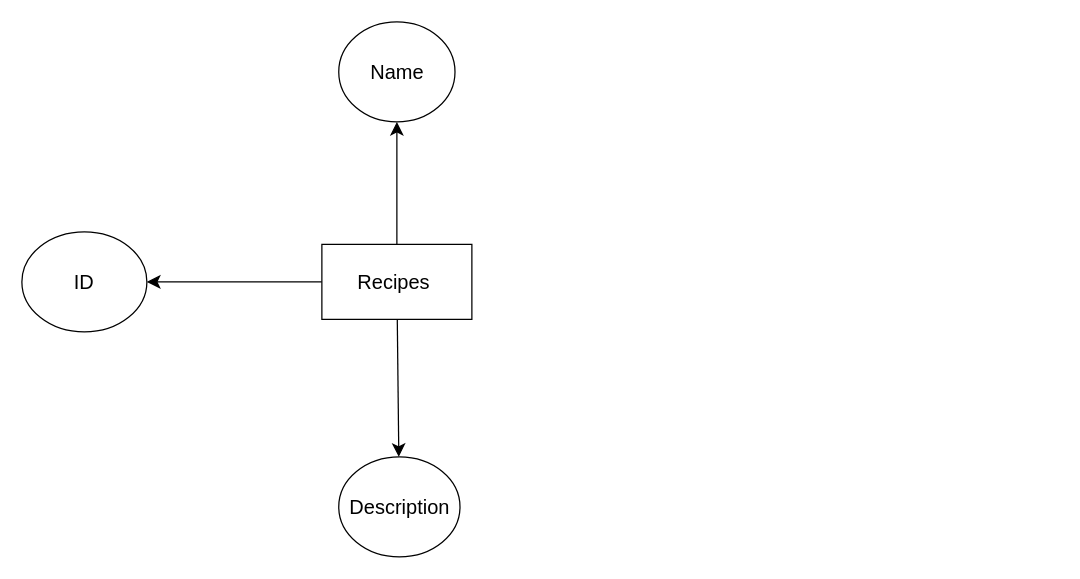
Earlier version of the draw.io diagram Untitled Diagram.drawio (renPratt/renPratt). Source tidied: cells renumbered, new cells numbered last; positions are measured from the earlier drawing's top-left corner, leaving out a move shared by most shapes. Both pictures are drawn from the tidied source at 125%, with x=0, y=0 at pixel (21, 21).
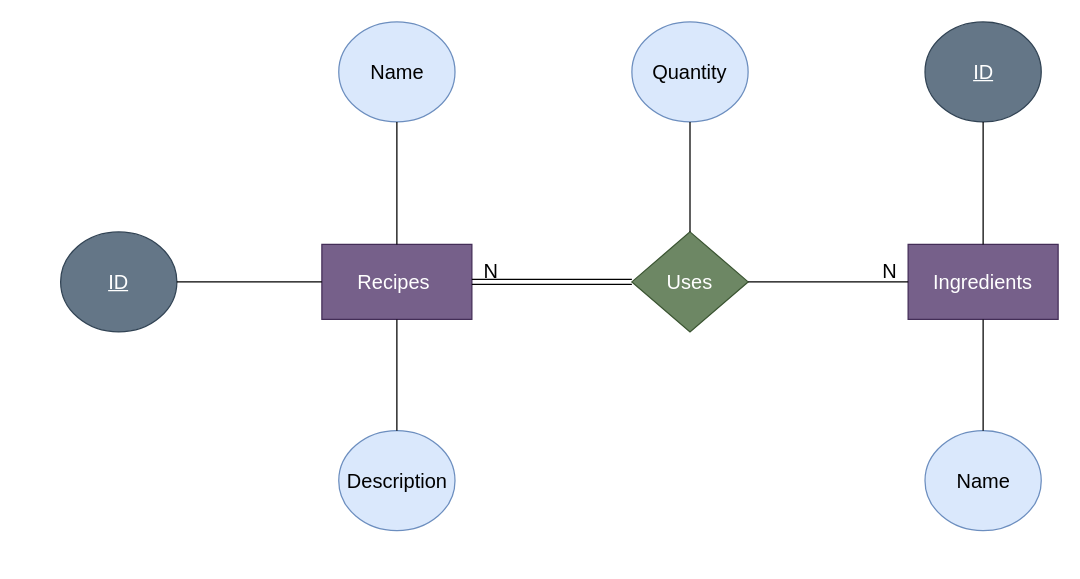
The same diagram, later.

Change to the diagram source:
```diff
@@
-    <mxCell id="2" style="edgeStyle=none;curved=1;rounded=0;jettySize=auto;html=1;fontSize=12;startSize=8;endSize=8;" parent="1" edge="1" source="5" target="6">
-      <mxGeometry relative="1" as="geometry" />
-    </mxCell>
-    <mxCell id="3" style="edgeStyle=none;curved=1;rounded=0;jettySize=auto;html=1;fontSize=12;startSize=8;endSize=8;" parent="1" edge="1" source="5" target="7">
-      <mxGeometry relative="1" as="geometry" />
-    </mxCell>
-    <mxCell id="4" style="edgeStyle=none;curved=1;rounded=0;jettySize=auto;html=1;fontSize=12;startSize=8;endSize=8;" parent="1" edge="1" source="5" target="8">
-      <mxGeometry relative="1" as="geometry" />
-    </mxCell>
-    <mxCell id="5" value="Recipes&amp;nbsp;" style="rounded=0;whiteSpace=wrap;html=1;fontSize=16;" parent="1" vertex="1">
+    <mxCell id="5" value="Recipes&amp;nbsp;" style="rounded=0;whiteSpace=wrap;html=1;fontSize=16;fillColor=#76608a;fontColor=#ffffff;strokeColor=#432D57;" parent="1" vertex="1">
       <mxGeometry x="240" y="178" width="120" height="60" as="geometry" />
     </mxCell>
-    <mxCell id="6" value="Name" style="ellipse;whiteSpace=wrap;html=1;fontSize=16;rounded=0;" parent="1" vertex="1">
+    <mxCell id="6" value="Name" style="ellipse;whiteSpace=wrap;html=1;fontSize=16;rounded=0;fillColor=#dae8fc;strokeColor=#6c8ebf;" parent="1" vertex="1">
       <mxGeometry x="253.5" width="93" height="80" as="geometry" />
     </mxCell>
+    <mxCell id="9" value="Uses" style="rhombus;whiteSpace=wrap;html=1;fontSize=16;fillColor=#6d8764;strokeColor=#3A5431;fontColor=#ffffff;" parent="1" vertex="1">
+      <mxGeometry x="488" y="168" width="93" height="80" as="geometry" />
+    </mxCell>
+    <mxCell id="10" value="Ingredients" style="rounded=0;whiteSpace=wrap;html=1;fontSize=16;fillColor=#76608a;fontColor=#ffffff;strokeColor=#432D57;" parent="1" vertex="1">
+      <mxGeometry x="709" y="178" width="120" height="60" as="geometry" />
+    </mxCell>
+    <mxCell id="11" value="Name" style="ellipse;whiteSpace=wrap;html=1;fontSize=16;rounded=0;fillColor=#dae8fc;strokeColor=#6c8ebf;" parent="1" vertex="1">
+      <mxGeometry x="722.5" y="327" width="93" height="80" as="geometry" />
+    </mxCell>
+    <mxCell id="12" value="Quantity" style="ellipse;whiteSpace=wrap;html=1;fontSize=16;rounded=0;fillColor=#dae8fc;strokeColor=#6c8ebf;" parent="1" vertex="1">
+      <mxGeometry x="488" width="93" height="80" as="geometry" />
+    </mxCell>
+    <mxCell id="13" value="&lt;u&gt;ID&lt;/u&gt;" style="ellipse;whiteSpace=wrap;html=1;fontSize=16;rounded=0;fillColor=#647687;fontColor=#ffffff;strokeColor=#314354;" parent="1" vertex="1">
+      <mxGeometry x="722.5" width="93" height="80" as="geometry" />
+    </mxCell>
+    <mxCell id="14" value="&lt;u&gt;ID&lt;/u&gt;" style="ellipse;whiteSpace=wrap;html=1;fontSize=16;rounded=0;fillColor=#647687;fontColor=#ffffff;strokeColor=#314354;" parent="1" vertex="1">
+      <mxGeometry x="31" y="168" width="93" height="80" as="geometry" />
+    </mxCell>
-    <mxCell id="7" value="Description" style="ellipse;whiteSpace=wrap;html=1;fontSize=16;rounded=0;" parent="1" vertex="1">
-      <mxGeometry x="253.5" y="348" width="97" height="80" as="geometry" />
+    <mxCell id="7" value="Description" style="ellipse;whiteSpace=wrap;html=1;fontSize=16;rounded=0;fillColor=#dae8fc;strokeColor=#6c8ebf;" parent="1" vertex="1">
+      <mxGeometry x="253.5" y="327" width="93" height="80" as="geometry" />
     </mxCell>
-    <mxCell id="8" value="ID" style="ellipse;whiteSpace=wrap;html=1;fontSize=16;rounded=0;" parent="1" vertex="1">
-      <mxGeometry y="168" width="100" height="80" as="geometry" />
-    </mxCell>
+    <mxCell id="15" style="endArrow=none;html=1;rounded=0;fontSize=12;startSize=8;endSize=8;curved=1;exitX=1;exitY=0.5;exitDx=0;exitDy=0;entryX=0;entryY=0.5;entryDx=0;entryDy=0;" parent="1" edge="1" source="14" target="5">
+      <mxGeometry relative="1" as="geometry" />
+    </mxCell>
+    <mxCell id="2" style="endArrow=none;html=1;rounded=0;fontSize=12;startSize=8;endSize=8;curved=1;exitX=0.5;exitY=0;exitDx=0;exitDy=0;entryX=0.5;entryY=1;entryDx=0;entryDy=0;" parent="1" edge="1" source="5" target="6">
+      <mxGeometry relative="1" as="geometry" />
+    </mxCell>
+    <mxCell id="16" style="endArrow=none;html=1;rounded=0;fontSize=12;startSize=8;endSize=8;curved=1;entryX=0.5;entryY=1;entryDx=0;entryDy=0;exitX=0.5;exitY=0;exitDx=0;exitDy=0;" parent="1" edge="1" source="9" target="12">
+      <mxGeometry relative="1" as="geometry" />
+    </mxCell>
+    <mxCell id="3" style="endArrow=none;html=1;rounded=0;fontSize=12;startSize=8;endSize=8;curved=1;exitX=0.5;exitY=1;exitDx=0;exitDy=0;entryX=0.5;entryY=0;entryDx=0;entryDy=0;" parent="1" edge="1" source="5" target="7">
+      <mxGeometry relative="1" as="geometry" />
+    </mxCell>
+    <mxCell id="17" style="endArrow=none;html=1;rounded=0;fontSize=12;startSize=8;endSize=8;curved=1;entryX=0.5;entryY=1;entryDx=0;entryDy=0;exitX=0.5;exitY=0;exitDx=0;exitDy=0;" parent="1" edge="1" source="10" target="13">
+      <mxGeometry relative="1" as="geometry" />
+    </mxCell>
+    <mxCell id="18" style="endArrow=none;html=1;rounded=0;fontSize=12;startSize=8;endSize=8;curved=1;entryX=0.5;entryY=1;entryDx=0;entryDy=0;exitX=0.5;exitY=0;exitDx=0;exitDy=0;" parent="1" edge="1" source="11" target="10">
+      <mxGeometry relative="1" as="geometry" />
+    </mxCell>
+    <mxCell id="19" style="endArrow=none;html=1;rounded=0;fontSize=12;startSize=8;endSize=8;curved=1;entryX=1;entryY=0.5;entryDx=0;entryDy=0;exitX=0;exitY=0.5;exitDx=0;exitDy=0;" parent="1" edge="1" source="10" target="9">
+      <mxGeometry relative="1" as="geometry" />
+    </mxCell>
+    <mxCell id="20" style="shape=link;html=1;rounded=0;fontSize=12;startSize=8;endSize=8;curved=1;exitX=1;exitY=0.5;exitDx=0;exitDy=0;entryX=0;entryY=0.5;entryDx=0;entryDy=0;" parent="1" edge="1" source="5" target="9">
+      <mxGeometry relative="1" as="geometry" />
+    </mxCell>
+    <mxCell id="21" style="html=1;align=right;verticalAlign=bottom;fontSize=16;" parent="20" vertex="1">
+      <mxGeometry x="1" relative="1" as="geometry" />
+    </mxCell>
+    <mxCell id="22" value="N" style="text;html=1;align=center;verticalAlign=middle;strokeColor=none;fillColor=none;fontSize=16;" parent="1" vertex="1">
+      <mxGeometry x="360" y="183" width="30" height="31" as="geometry" />
+    </mxCell>
+    <mxCell id="23" value="N" style="text;html=1;align=center;verticalAlign=middle;strokeColor=none;fillColor=none;fontSize=16;" parent="1" vertex="1">
+      <mxGeometry x="679" y="183" width="30" height="31" as="geometry" />
+    </mxCell>
```
